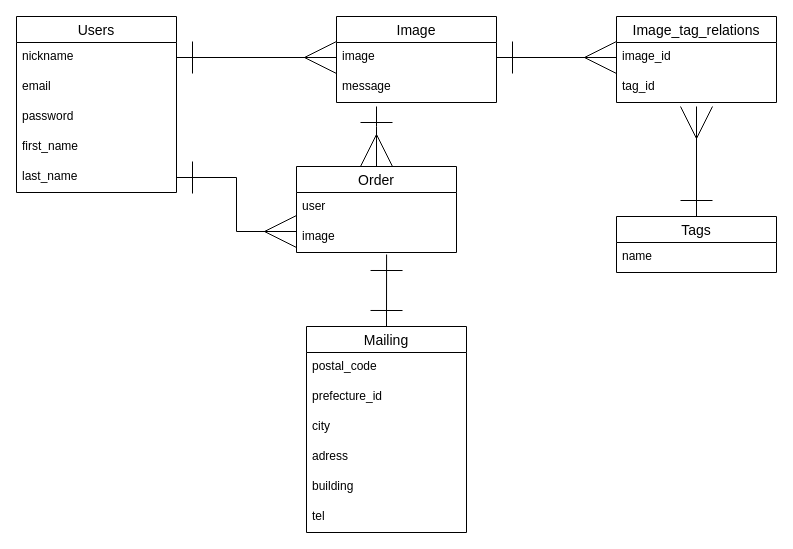
phy-homa/imagecal keeps this draw.io diagram as imagecal.dio. Above is the earlier version. Source tidied: cells renumbered, new cells numbered last; positions are measured from the earlier drawing's top-left corner, leaving out a move shared by most shapes. Both pictures are drawn from the tidied source at 100%, with x=0, y=0 at pixel (16, 16).
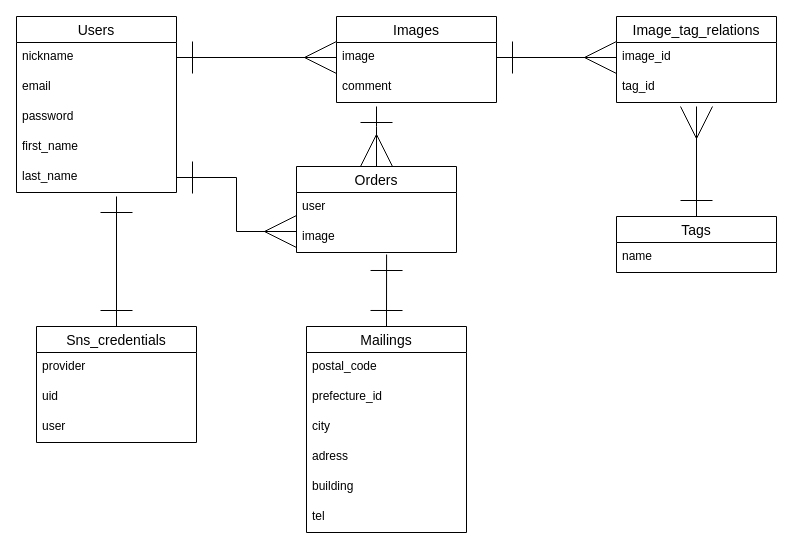
Above is the later version.

Commit message (it also covers changes not shown here):
データベース再設計

Change to the diagram source:
```diff
@@
-    <mxCell id="8" value="Image" style="swimlane;fontStyle=0;horizontal=1;startSize=26;align=center;fontSize=14;" parent="1" vertex="1">
+    <mxCell id="8" value="Images" style="swimlane;fontStyle=0;horizontal=1;startSize=26;align=center;fontSize=14;" parent="1" vertex="1">
       <mxGeometry x="320" width="160" height="86" as="geometry" />
     </mxCell>
@@
-    <mxCell id="10" value="message" style="text;strokeColor=none;fillColor=none;spacingLeft=4;spacingRight=4;overflow=hidden;fontSize=12;" parent="8" vertex="1">
+    <mxCell id="10" value="comment" style="text;strokeColor=none;fillColor=none;spacingLeft=4;spacingRight=4;overflow=hidden;fontSize=12;" parent="8" vertex="1">
       <mxGeometry y="56" width="160" height="30" as="geometry" />
     </mxCell>
@@
-    <mxCell id="12" value="Order" style="swimlane;fontStyle=0;horizontal=1;startSize=26;align=center;fontSize=14;" parent="1" vertex="1">
+    <mxCell id="12" value="Orders" style="swimlane;fontStyle=0;horizontal=1;startSize=26;align=center;fontSize=14;" parent="1" vertex="1">
       <mxGeometry x="280" y="150" width="160" height="86" as="geometry" />
     </mxCell>
@@
-    <mxCell id="16" value="Mailing" style="swimlane;fontStyle=0;horizontal=1;startSize=26;align=center;fontSize=14;" parent="1" vertex="1">
+    <mxCell id="16" value="Mailings" style="swimlane;fontStyle=0;horizontal=1;startSize=26;align=center;fontSize=14;" parent="1" vertex="1">
       <mxGeometry x="290" y="310" width="160" height="206" as="geometry" />
     </mxCell>
@@
+    <mxCell id="32" style="edgeStyle=orthogonalEdgeStyle;rounded=0;jettySize=auto;html=1;exitX=0.5;exitY=0;exitDx=0;exitDy=0;endSize=30;startSize=30;endArrow=ERone;endFill=0;startArrow=ERone;startFill=0;" parent="1" edge="1" source="33">
+      <mxGeometry relative="1" as="geometry">
+        <mxPoint x="100" y="180" as="targetPoint" />
+      </mxGeometry>
+    </mxCell>
+    <mxCell id="33" value="Sns_credentials" style="swimlane;fontStyle=0;horizontal=1;startSize=26;align=center;fontSize=14;" parent="1" vertex="1">
+      <mxGeometry x="20" y="310" width="160" height="116" as="geometry" />
+    </mxCell>
+    <mxCell id="34" value="provider" style="text;strokeColor=none;fillColor=none;spacingLeft=4;spacingRight=4;overflow=hidden;fontSize=12;" parent="33" vertex="1">
+      <mxGeometry y="26" width="160" height="30" as="geometry" />
+    </mxCell>
+    <mxCell id="35" value="uid" style="text;strokeColor=none;fillColor=none;spacingLeft=4;spacingRight=4;overflow=hidden;fontSize=12;" parent="33" vertex="1">
+      <mxGeometry y="56" width="160" height="30" as="geometry" />
+    </mxCell>
+    <mxCell id="36" value="user" style="text;strokeColor=none;fillColor=none;spacingLeft=4;spacingRight=4;overflow=hidden;fontSize=12;" parent="33" vertex="1">
+      <mxGeometry y="86" width="160" height="30" as="geometry" />
+    </mxCell>
```
